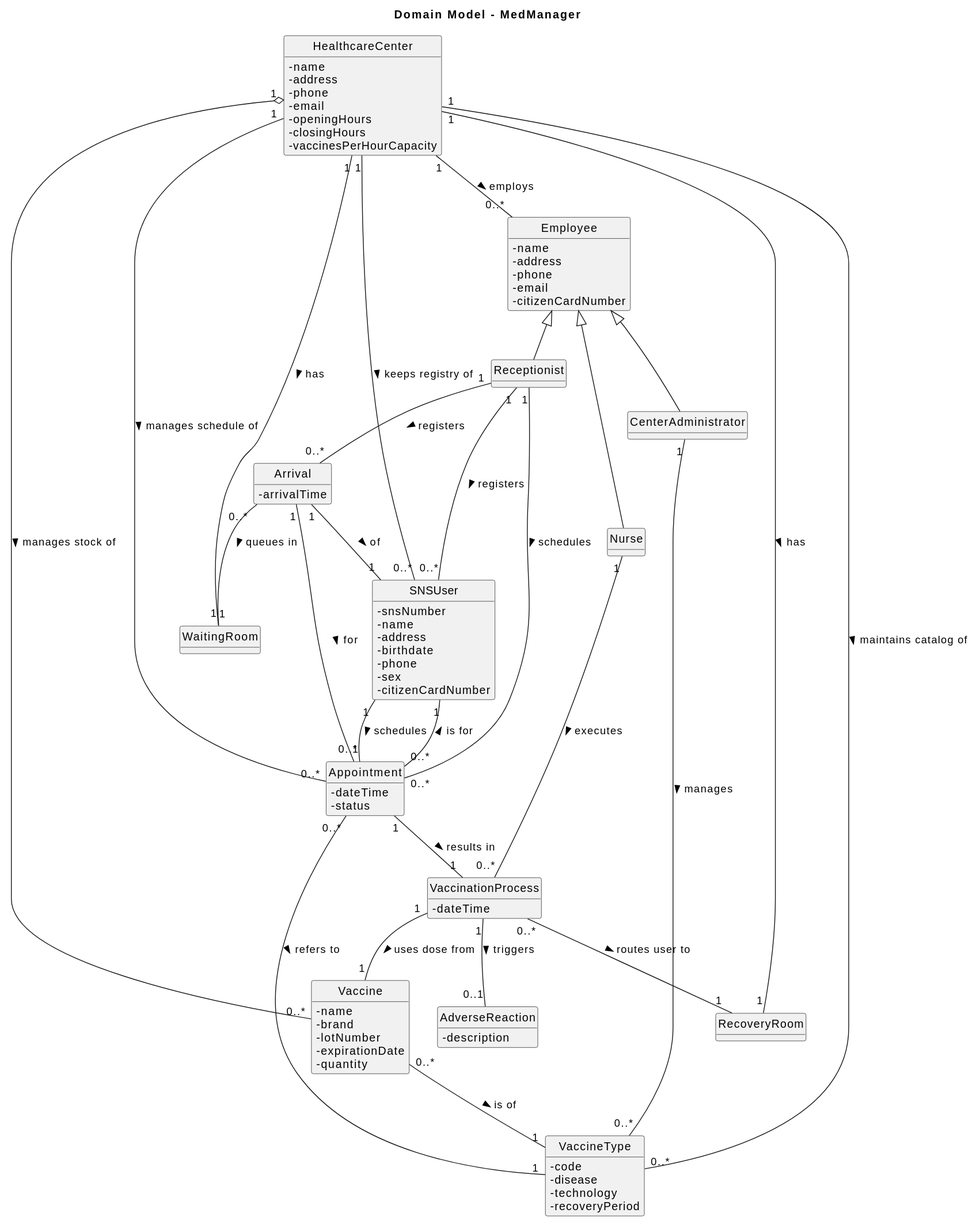
Above: Documentation/global-artifacts/svg/DM.svg in Andre-1240567/fsoft2026_1DD_1 (PlantUML), before the change.
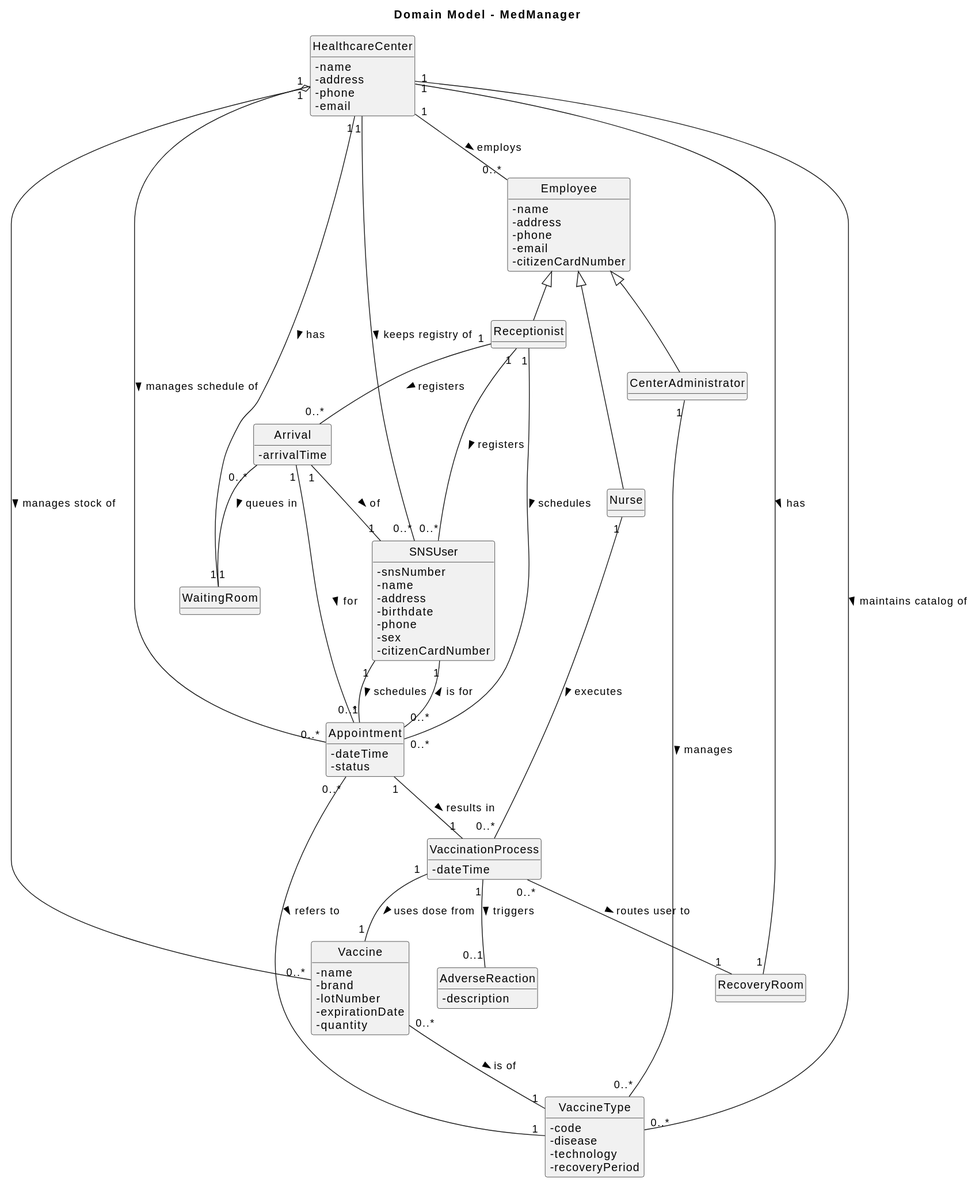
Later version of the same file.

The edit, as a diff of the source:
```diff
@@ -22,9 +22,6 @@
     - address
     - phone
     - email
-    - openingHours
-    - closingHours
-    - vaccinesPerHourCapacity
 }
 
 class WaitingRoom
```
